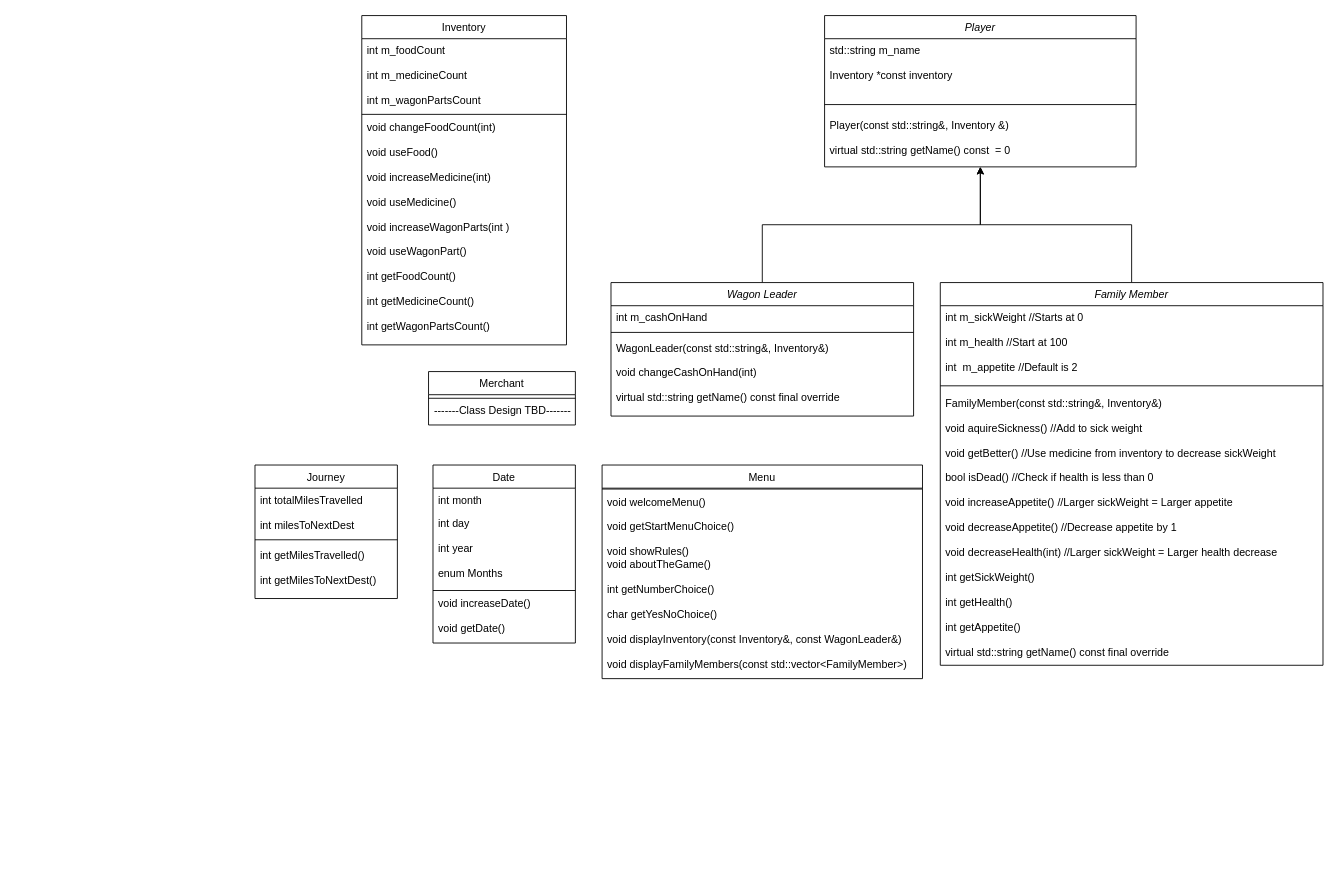
Before: GameDesign.drawio in jro0100/Safe-Travels, a draw.io diagram. Source tidied: cells renumbered, new cells numbered last; positions are measured from the earlier drawing's top-left corner, leaving out a move shared by most shapes. Both pictures are drawn from the tidied source at 89%, with x=0, y=0 at pixel (255, 15).
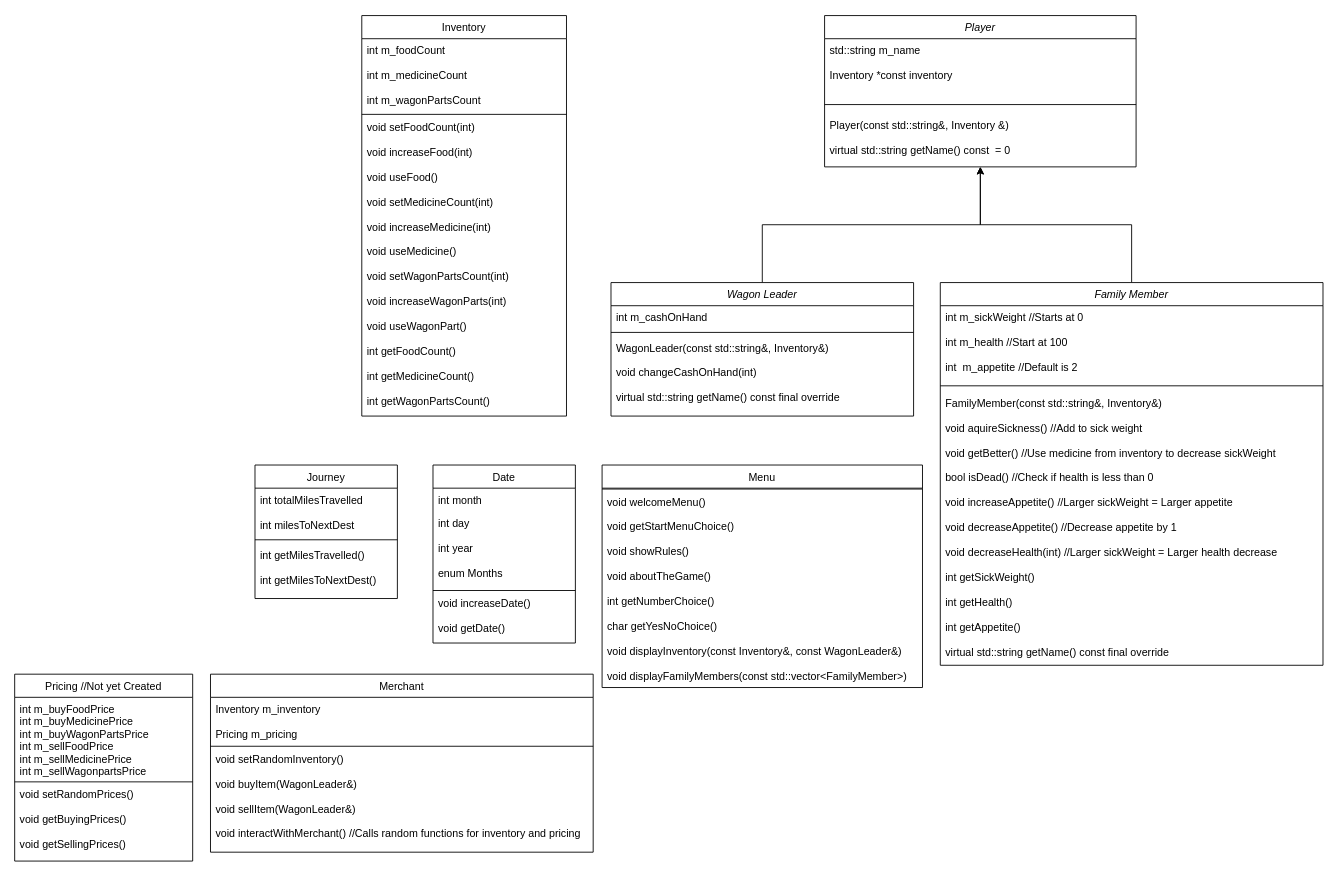
The same diagram, later.

Change to the diagram source:
```diff
@@
     <mxCell id="6" value="Inventory" style="swimlane;fontStyle=0;align=center;verticalAlign=top;horizontal=1;startSize=26;rounded=0;shadow=0;strokeWidth=1;" parent="1" vertex="1">
-      <mxGeometry x="120" width="230" height="370" as="geometry" />
+      <mxGeometry x="120" width="230" height="450" as="geometry" />
     </mxCell>
@@
-    <mxCell id="10" value="void changeFoodCount(int)&#10;&#10;void useFood()&#10;&#10;void increaseMedicine(int)&#10;&#10;void useMedicine()&#10;&#10;void increaseWagonParts(int )&#10;&#10;void useWagonPart()&#10;&#10;int getFoodCount()&#10;&#10;int getMedicineCount()&#10;&#10;int getWagonPartsCount()&#10;" style="text;align=left;verticalAlign=top;spacingLeft=4;spacingRight=4;overflow=hidden;fontStyle=0;" parent="6" vertex="1">
-      <mxGeometry y="112" width="230" height="258" as="geometry" />
+    <mxCell id="10" value="void setFoodCount(int)&#10;&#10;void increaseFood(int)&#10;&#10;void useFood()&#10;&#10;void setMedicineCount(int)&#10;&#10;void increaseMedicine(int)&#10;&#10;void useMedicine()&#10;&#10;void setWagonPartsCount(int)&#10;&#10;void increaseWagonParts(int)&#10;&#10;void useWagonPart()&#10;&#10;int getFoodCount()&#10;&#10;int getMedicineCount()&#10;&#10;int getWagonPartsCount()&#10;" style="text;align=left;verticalAlign=top;spacingLeft=4;spacingRight=4;overflow=hidden;fontStyle=0;" parent="6" vertex="1">
+      <mxGeometry y="112" width="230" height="338" as="geometry" />
     </mxCell>
@@
     <mxCell id="31" value="Menu" style="swimlane;fontStyle=0;align=center;verticalAlign=top;horizontal=1;startSize=26;rounded=0;shadow=0;strokeWidth=1;" parent="1" vertex="1">
-      <mxGeometry x="390" y="505" width="360" height="240" as="geometry" />
+      <mxGeometry x="390" y="505" width="360" height="250" as="geometry" />
     </mxCell>
@@
-    <mxCell id="33" value="void welcomeMenu()&#10;&#10;void getStartMenuChoice()&#10;&#10;void showRules()&#10;void aboutTheGame()&#10;&#10;int getNumberChoice()&#10;&#10;char getYesNoChoice()&#10;&#10;void displayInventory(const Inventory&amp;, const WagonLeader&amp;)&#10;&#10;void displayFamilyMembers(const std::vector&lt;FamilyMember&gt;)" style="text;align=left;verticalAlign=top;spacingLeft=4;spacingRight=4;overflow=hidden;fontStyle=0;" parent="31" vertex="1">
-      <mxGeometry y="28" width="360" height="212" as="geometry" />
+    <mxCell id="33" value="void welcomeMenu()&#10;&#10;void getStartMenuChoice()&#10;&#10;void showRules()&#10;&#10;void aboutTheGame()&#10;&#10;int getNumberChoice()&#10;&#10;char getYesNoChoice()&#10;&#10;void displayInventory(const Inventory&amp;, const WagonLeader&amp;)&#10;&#10;void displayFamilyMembers(const std::vector&lt;FamilyMember&gt;)" style="text;align=left;verticalAlign=top;spacingLeft=4;spacingRight=4;overflow=hidden;fontStyle=0;" parent="31" vertex="1">
+      <mxGeometry y="28" width="360" height="222" as="geometry" />
     </mxCell>
     <mxCell id="34" value="Merchant" style="swimlane;fontStyle=0;align=center;verticalAlign=top;horizontal=1;startSize=26;rounded=0;shadow=0;strokeWidth=1;" parent="1" vertex="1">
-      <mxGeometry x="195" y="400" width="165" height="60" as="geometry" />
+      <mxGeometry x="-50" y="740" width="430" height="200" as="geometry" />
     </mxCell>
-    <mxCell id="35" style="line;html=1;strokeWidth=1;align=left;verticalAlign=middle;spacingTop=-1;spacingLeft=3;spacingRight=3;labelPosition=right;" parent="34" vertex="1">
-      <mxGeometry y="26" width="165" height="8" as="geometry" />
-    </mxCell>
-    <mxCell id="36" value="-------Class Design TBD-------" style="text;html=1;align=center;verticalAlign=middle;" parent="34" vertex="1">
-      <mxGeometry y="34" width="165" height="20" as="geometry" />
-    </mxCell>
+    <mxCell id="37" value="Inventory m_inventory&#10;&#10;Pricing m_pricing&#10;" style="text;align=left;verticalAlign=top;spacingLeft=4;spacingRight=4;overflow=hidden;" parent="34" vertex="1">
+      <mxGeometry y="26" width="430" height="54" as="geometry" />
+    </mxCell>
+    <mxCell id="38" style="line;html=1;strokeWidth=1;align=left;verticalAlign=middle;spacingTop=-1;spacingLeft=3;spacingRight=3;labelPosition=right;" parent="34" vertex="1">
+      <mxGeometry y="80" width="430" height="2" as="geometry" />
+    </mxCell>
+    <mxCell id="39" value="void setRandomInventory()&#10;&#10;void buyItem(WagonLeader&amp;)&#10;&#10;void sellItem(WagonLeader&amp;)&#10;&#10;void interactWithMerchant() //Calls random functions for inventory and pricing&#10;" style="text;align=left;verticalAlign=top;spacingLeft=4;spacingRight=4;overflow=hidden;fontStyle=0;" parent="34" vertex="1">
+      <mxGeometry y="82" width="430" height="118" as="geometry" />
+    </mxCell>
+    <mxCell id="40" value="Pricing //Not yet Created" style="swimlane;fontStyle=0;align=center;verticalAlign=top;horizontal=1;startSize=26;rounded=0;shadow=0;strokeWidth=1;" parent="1" vertex="1">
+      <mxGeometry x="-270" y="740" width="200" height="210" as="geometry" />
+    </mxCell>
+    <mxCell id="41" value="int m_buyFoodPrice&#10;int m_buyMedicinePrice&#10;int m_buyWagonPartsPrice&#10;int m_sellFoodPrice&#10;int m_sellMedicinePrice&#10;int m_sellWagonpartsPrice&#10;" style="text;align=left;verticalAlign=top;spacingLeft=4;spacingRight=4;overflow=hidden;" parent="40" vertex="1">
+      <mxGeometry y="26" width="200" height="94" as="geometry" />
+    </mxCell>
+    <mxCell id="42" style="line;html=1;strokeWidth=1;align=left;verticalAlign=middle;spacingTop=-1;spacingLeft=3;spacingRight=3;labelPosition=right;" parent="40" vertex="1">
+      <mxGeometry y="120" width="200" height="2" as="geometry" />
+    </mxCell>
+    <mxCell id="43" value="void setRandomPrices()&#10;&#10;void getBuyingPrices()&#10;&#10;void getSellingPrices()&#10;&#10;&#10;" style="text;align=left;verticalAlign=top;spacingLeft=4;spacingRight=4;overflow=hidden;fontStyle=0;" parent="40" vertex="1">
+      <mxGeometry y="122" width="200" height="78" as="geometry" />
+    </mxCell>
```
